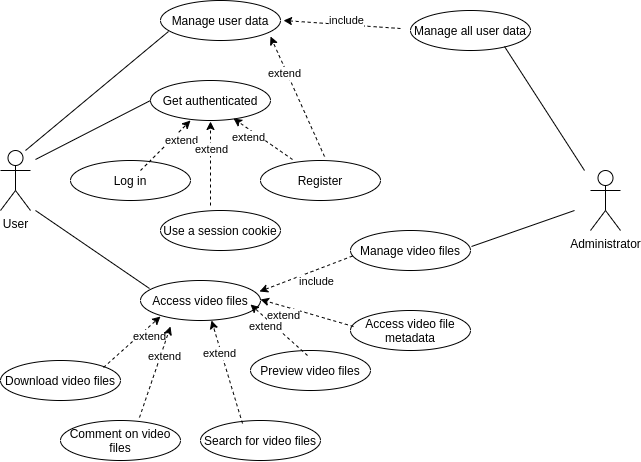
This is diagrams/component/use-cases.drawio.png from T-bond/secure-webapp-2021, a draw.io export, as it was before one commit. Source tidied: cells renumbered, new cells last; positions are measured from the earlier drawing's top-left corner, leaving out a move shared by most shapes. Source of this version:
```xml
<mxGraphModel>
  <root>
    <mxCell id="0" />
    <mxCell id="1" parent="0" />
    <mxCell id="2" value="User" style="shape=umlActor;verticalLabelPosition=bottom;verticalAlign=top;html=1;" parent="1" vertex="1">
      <mxGeometry y="150" width="30" height="60" as="geometry" />
    </mxCell>
    <mxCell id="3" value="Administrator" style="shape=umlActor;verticalLabelPosition=bottom;verticalAlign=top;html=1;" parent="1" vertex="1">
      <mxGeometry x="590" y="170" width="30" height="60" as="geometry" />
    </mxCell>
    <mxCell id="4" value="Register" style="ellipse;whiteSpace=wrap;html=1;" parent="1" vertex="1">
      <mxGeometry x="260" y="160" width="120" height="40" as="geometry" />
    </mxCell>
    <mxCell id="5" value="Log in" style="ellipse;whiteSpace=wrap;html=1;" parent="1" vertex="1">
      <mxGeometry x="70" y="160" width="120" height="40" as="geometry" />
    </mxCell>
    <mxCell id="6" value="Get authenticated" style="ellipse;whiteSpace=wrap;html=1;" parent="1" vertex="1">
      <mxGeometry x="150" y="80" width="120" height="40" as="geometry" />
    </mxCell>
    <mxCell id="7" value="Use a session cookie" style="ellipse;whiteSpace=wrap;html=1;" parent="1" vertex="1">
      <mxGeometry x="160" y="210" width="120" height="40" as="geometry" />
    </mxCell>
    <mxCell id="8" style="endArrow=classic;html=1;rounded=0;strokeColor=default;dashed=1;" parent="1" edge="1">
      <mxGeometry relative="1" as="geometry">
        <mxPoint x="140" y="170" as="sourcePoint" />
        <mxPoint x="190" y="120" as="targetPoint" />
      </mxGeometry>
    </mxCell>
    <mxCell id="9" value="extend" style="edgeLabel;html=1;align=center;verticalAlign=middle;" parent="8" vertex="1">
      <mxGeometry x="0.55" y="1" relative="1" as="geometry">
        <mxPoint x="2" y="9" as="offset" />
      </mxGeometry>
    </mxCell>
    <mxCell id="10" style="endArrow=classic;html=1;rounded=0;strokeColor=default;dashed=1;" parent="1" edge="1">
      <mxGeometry relative="1" as="geometry">
        <mxPoint x="292" y="159" as="sourcePoint" />
        <mxPoint x="233" y="118" as="targetPoint" />
      </mxGeometry>
    </mxCell>
    <mxCell id="11" value="extend" style="edgeLabel;html=1;align=center;verticalAlign=middle;" parent="10" vertex="1">
      <mxGeometry x="0.55" y="1" relative="1" as="geometry">
        <mxPoint x="2" y="9" as="offset" />
      </mxGeometry>
    </mxCell>
    <mxCell id="12" style="endArrow=classic;html=1;rounded=0;strokeColor=default;dashed=1;" parent="1" edge="1">
      <mxGeometry relative="1" as="geometry">
        <mxPoint x="210" y="205" as="sourcePoint" />
        <mxPoint x="210" y="121" as="targetPoint" />
      </mxGeometry>
    </mxCell>
    <mxCell id="13" value="extend" style="edgeLabel;html=1;align=center;verticalAlign=middle;" parent="12" vertex="1">
      <mxGeometry x="0.55" y="1" relative="1" as="geometry">
        <mxPoint x="2" y="9" as="offset" />
      </mxGeometry>
    </mxCell>
    <mxCell id="14" value="Access video files" style="ellipse;whiteSpace=wrap;html=1;" parent="1" vertex="1">
      <mxGeometry x="140" y="280" width="120" height="40" as="geometry" />
    </mxCell>
    <mxCell id="15" value="Comment on video files" style="ellipse;whiteSpace=wrap;html=1;" parent="1" vertex="1">
      <mxGeometry x="60" y="420" width="120" height="40" as="geometry" />
    </mxCell>
    <mxCell id="16" value="Download video files" style="ellipse;whiteSpace=wrap;html=1;" parent="1" vertex="1">
      <mxGeometry y="360" width="120" height="40" as="geometry" />
    </mxCell>
    <mxCell id="17" value="Preview video files" style="ellipse;whiteSpace=wrap;html=1;" parent="1" vertex="1">
      <mxGeometry x="250" y="350" width="120" height="40" as="geometry" />
    </mxCell>
    <mxCell id="18" value="Search for video files" style="ellipse;whiteSpace=wrap;html=1;" parent="1" vertex="1">
      <mxGeometry x="200" y="420" width="120" height="40" as="geometry" />
    </mxCell>
    <mxCell id="19" style="endArrow=classic;html=1;rounded=0;strokeColor=default;dashed=1;" parent="1" edge="1">
      <mxGeometry relative="1" as="geometry">
        <mxPoint x="103" y="367" as="sourcePoint" />
        <mxPoint x="160" y="316" as="targetPoint" />
      </mxGeometry>
    </mxCell>
    <mxCell id="20" value="extend" style="edgeLabel;html=1;align=center;verticalAlign=middle;" parent="19" vertex="1">
      <mxGeometry x="0.55" y="1" relative="1" as="geometry">
        <mxPoint x="2" y="9" as="offset" />
      </mxGeometry>
    </mxCell>
    <mxCell id="21" style="endArrow=classic;html=1;rounded=0;strokeColor=default;dashed=1;" parent="1" edge="1">
      <mxGeometry relative="1" as="geometry">
        <mxPoint x="139" y="417" as="sourcePoint" />
        <mxPoint x="170" y="326" as="targetPoint" />
      </mxGeometry>
    </mxCell>
    <mxCell id="22" value="extend" style="edgeLabel;html=1;align=center;verticalAlign=middle;" parent="21" vertex="1">
      <mxGeometry x="0.55" y="1" relative="1" as="geometry">
        <mxPoint x="2" y="9" as="offset" />
      </mxGeometry>
    </mxCell>
    <mxCell id="23" style="endArrow=classic;html=1;rounded=0;strokeColor=default;dashed=1;" parent="1" edge="1">
      <mxGeometry relative="1" as="geometry">
        <mxPoint x="242" y="423" as="sourcePoint" />
        <mxPoint x="211" y="320" as="targetPoint" />
      </mxGeometry>
    </mxCell>
    <mxCell id="24" value="extend" style="edgeLabel;html=1;align=center;verticalAlign=middle;" parent="23" vertex="1">
      <mxGeometry x="0.55" y="1" relative="1" as="geometry">
        <mxPoint x="2" y="9" as="offset" />
      </mxGeometry>
    </mxCell>
    <mxCell id="25" style="endArrow=classic;html=1;rounded=0;strokeColor=default;dashed=1;" parent="1" edge="1">
      <mxGeometry relative="1" as="geometry">
        <mxPoint x="307" y="355" as="sourcePoint" />
        <mxPoint x="250" y="304" as="targetPoint" />
      </mxGeometry>
    </mxCell>
    <mxCell id="26" value="extend" style="edgeLabel;html=1;align=center;verticalAlign=middle;" parent="25" vertex="1">
      <mxGeometry x="0.55" y="1" relative="1" as="geometry">
        <mxPoint x="2" y="9" as="offset" />
      </mxGeometry>
    </mxCell>
    <mxCell id="27" style="endArrow=none;html=1;rounded=0;strokeColor=default;" parent="1" edge="1">
      <mxGeometry relative="1" as="geometry">
        <mxPoint x="35" y="159" as="sourcePoint" />
        <mxPoint x="150" y="100" as="targetPoint" />
      </mxGeometry>
    </mxCell>
    <mxCell id="28" style="endArrow=none;html=1;rounded=0;strokeColor=default;" parent="1" edge="1">
      <mxGeometry relative="1" as="geometry">
        <mxPoint x="35" y="210" as="sourcePoint" />
        <mxPoint x="149" y="288" as="targetPoint" />
      </mxGeometry>
    </mxCell>
    <mxCell id="29" value="Manage user data" style="ellipse;whiteSpace=wrap;html=1;" parent="1" vertex="1">
      <mxGeometry x="160" width="120" height="40" as="geometry" />
    </mxCell>
    <mxCell id="30" style="endArrow=none;html=1;rounded=0;strokeColor=default;" parent="1" edge="1">
      <mxGeometry relative="1" as="geometry">
        <mxPoint x="25" y="150" as="sourcePoint" />
        <mxPoint x="168" y="31" as="targetPoint" />
      </mxGeometry>
    </mxCell>
    <mxCell id="31" style="endArrow=classic;html=1;rounded=0;strokeColor=default;dashed=1;" parent="1" edge="1">
      <mxGeometry relative="1" as="geometry">
        <mxPoint x="324" y="156" as="sourcePoint" />
        <mxPoint x="270" y="36" as="targetPoint" />
      </mxGeometry>
    </mxCell>
    <mxCell id="32" value="extend" style="edgeLabel;html=1;align=center;verticalAlign=middle;" parent="31" vertex="1">
      <mxGeometry x="0.55" y="1" relative="1" as="geometry">
        <mxPoint x="2" y="9" as="offset" />
      </mxGeometry>
    </mxCell>
    <mxCell id="33" value="Manage all user data" style="ellipse;whiteSpace=wrap;html=1;" parent="1" vertex="1">
      <mxGeometry x="410" y="10" width="120" height="40" as="geometry" />
    </mxCell>
    <mxCell id="34" value="Manage video files" style="ellipse;whiteSpace=wrap;html=1;" parent="1" vertex="1">
      <mxGeometry x="350" y="230" width="120" height="40" as="geometry" />
    </mxCell>
    <mxCell id="35" value="Access video file metadata" style="ellipse;whiteSpace=wrap;html=1;" parent="1" vertex="1">
      <mxGeometry x="350" y="310" width="120" height="40" as="geometry" />
    </mxCell>
    <mxCell id="36" style="endArrow=classic;html=1;rounded=0;strokeColor=default;dashed=1;" parent="1" edge="1">
      <mxGeometry relative="1" as="geometry">
        <mxPoint x="353" y="326" as="sourcePoint" />
        <mxPoint x="260" y="299" as="targetPoint" />
      </mxGeometry>
    </mxCell>
    <mxCell id="37" value="extend" style="edgeLabel;html=1;align=center;verticalAlign=middle;" parent="36" vertex="1">
      <mxGeometry x="0.55" y="1" relative="1" as="geometry">
        <mxPoint x="2" y="9" as="offset" />
      </mxGeometry>
    </mxCell>
    <mxCell id="38" style="endArrow=none;html=1;rounded=0;strokeColor=default;" parent="1" edge="1">
      <mxGeometry relative="1" as="geometry">
        <mxPoint x="471" y="246" as="sourcePoint" />
        <mxPoint x="574" y="210" as="targetPoint" />
      </mxGeometry>
    </mxCell>
    <mxCell id="39" style="endArrow=none;html=1;rounded=0;strokeColor=default;" parent="1" edge="1">
      <mxGeometry relative="1" as="geometry">
        <mxPoint x="504" y="46" as="sourcePoint" />
        <mxPoint x="584" y="170" as="targetPoint" />
      </mxGeometry>
    </mxCell>
    <mxCell id="40" style="endArrow=classic;html=1;rounded=0;strokeColor=default;dashed=1;" parent="1" edge="1">
      <mxGeometry relative="1" as="geometry">
        <mxPoint x="400" y="28" as="sourcePoint" />
        <mxPoint x="283" y="20" as="targetPoint" />
      </mxGeometry>
    </mxCell>
    <mxCell id="41" value="include" style="edgeLabel;html=1;align=center;verticalAlign=middle;" parent="40" vertex="1">
      <mxGeometry x="0.55" y="1" relative="1" as="geometry">
        <mxPoint x="36" y="-3" as="offset" />
      </mxGeometry>
    </mxCell>
    <mxCell id="42" style="endArrow=classic;html=1;rounded=0;strokeColor=default;dashed=1;exitX=0.017;exitY=0.639;exitDx=0;exitDy=0;exitPerimeter=0;" parent="1" edge="1" source="34">
      <mxGeometry relative="1" as="geometry">
        <mxPoint x="259" y="291" as="targetPoint" />
      </mxGeometry>
    </mxCell>
    <mxCell id="43" value="include" style="edgeLabel;html=1;align=center;verticalAlign=middle;" parent="42" vertex="1">
      <mxGeometry x="0.55" y="1" relative="1" as="geometry">
        <mxPoint x="36" y="-3" as="offset" />
      </mxGeometry>
    </mxCell>
  </root>
</mxGraphModel>
```
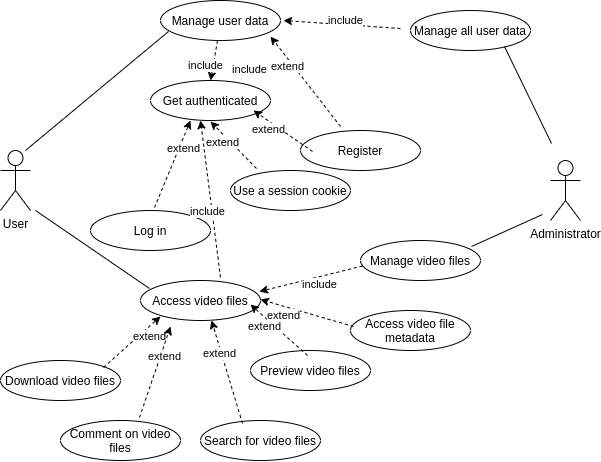
Above is the later version.

Commit message:
move use case diagram to the correct location

What changed in the source:
```diff
@@ -6,23 +6,23 @@
       <mxGeometry y="150" width="30" height="60" as="geometry" />
     </mxCell>
     <mxCell id="3" value="Administrator" style="shape=umlActor;verticalLabelPosition=bottom;verticalAlign=top;html=1;" parent="1" vertex="1">
-      <mxGeometry x="590" y="170" width="30" height="60" as="geometry" />
+      <mxGeometry x="550" y="160" width="30" height="60" as="geometry" />
     </mxCell>
     <mxCell id="4" value="Register" style="ellipse;whiteSpace=wrap;html=1;" parent="1" vertex="1">
-      <mxGeometry x="260" y="160" width="120" height="40" as="geometry" />
+      <mxGeometry x="300" y="130" width="120" height="40" as="geometry" />
     </mxCell>
     <mxCell id="5" value="Log in" style="ellipse;whiteSpace=wrap;html=1;" parent="1" vertex="1">
-      <mxGeometry x="70" y="160" width="120" height="40" as="geometry" />
+      <mxGeometry x="90" y="210" width="120" height="40" as="geometry" />
     </mxCell>
     <mxCell id="6" value="Get authenticated" style="ellipse;whiteSpace=wrap;html=1;" parent="1" vertex="1">
       <mxGeometry x="150" y="80" width="120" height="40" as="geometry" />
     </mxCell>
     <mxCell id="7" value="Use a session cookie" style="ellipse;whiteSpace=wrap;html=1;" parent="1" vertex="1">
-      <mxGeometry x="160" y="210" width="120" height="40" as="geometry" />
+      <mxGeometry x="230" y="170" width="120" height="40" as="geometry" />
     </mxCell>
     <mxCell id="8" style="endArrow=classic;html=1;rounded=0;strokeColor=default;dashed=1;" parent="1" edge="1">
       <mxGeometry relative="1" as="geometry">
-        <mxPoint x="140" y="170" as="sourcePoint" />
+        <mxPoint x="154" y="207" as="sourcePoint" />
         <mxPoint x="190" y="120" as="targetPoint" />
       </mxGeometry>
     </mxCell>
@@ -33,8 +33,8 @@
     </mxCell>
     <mxCell id="10" style="endArrow=classic;html=1;rounded=0;strokeColor=default;dashed=1;" parent="1" edge="1">
       <mxGeometry relative="1" as="geometry">
-        <mxPoint x="292" y="159" as="sourcePoint" />
-        <mxPoint x="233" y="118" as="targetPoint" />
+        <mxPoint x="312" y="151" as="sourcePoint" />
+        <mxPoint x="253" y="110" as="targetPoint" />
       </mxGeometry>
     </mxCell>
     <mxCell id="11" value="extend" style="edgeLabel;html=1;align=center;verticalAlign=middle;" parent="10" vertex="1">
@@ -44,7 +44,7 @@
     </mxCell>
     <mxCell id="12" style="endArrow=classic;html=1;rounded=0;strokeColor=default;dashed=1;" parent="1" edge="1">
       <mxGeometry relative="1" as="geometry">
-        <mxPoint x="210" y="205" as="sourcePoint" />
+        <mxPoint x="256" y="168" as="sourcePoint" />
         <mxPoint x="210" y="121" as="targetPoint" />
       </mxGeometry>
     </mxCell>
@@ -112,12 +112,6 @@
         <mxPoint x="2" y="9" as="offset" />
       </mxGeometry>
     </mxCell>
-    <mxCell id="27" style="endArrow=none;html=1;rounded=0;strokeColor=default;" parent="1" edge="1">
-      <mxGeometry relative="1" as="geometry">
-        <mxPoint x="35" y="159" as="sourcePoint" />
-        <mxPoint x="150" y="100" as="targetPoint" />
-      </mxGeometry>
-    </mxCell>
     <mxCell id="28" style="endArrow=none;html=1;rounded=0;strokeColor=default;" parent="1" edge="1">
       <mxGeometry relative="1" as="geometry">
         <mxPoint x="35" y="210" as="sourcePoint" />
@@ -135,7 +129,7 @@
     </mxCell>
     <mxCell id="31" style="endArrow=classic;html=1;rounded=0;strokeColor=default;dashed=1;" parent="1" edge="1">
       <mxGeometry relative="1" as="geometry">
-        <mxPoint x="324" y="156" as="sourcePoint" />
+        <mxPoint x="340" y="126" as="sourcePoint" />
         <mxPoint x="270" y="36" as="targetPoint" />
       </mxGeometry>
     </mxCell>
@@ -148,7 +142,7 @@
       <mxGeometry x="410" y="10" width="120" height="40" as="geometry" />
     </mxCell>
     <mxCell id="34" value="Manage video files" style="ellipse;whiteSpace=wrap;html=1;" parent="1" vertex="1">
-      <mxGeometry x="350" y="230" width="120" height="40" as="geometry" />
+      <mxGeometry x="360" y="240" width="120" height="40" as="geometry" />
     </mxCell>
     <mxCell id="35" value="Access video file metadata" style="ellipse;whiteSpace=wrap;html=1;" parent="1" vertex="1">
       <mxGeometry x="350" y="310" width="120" height="40" as="geometry" />
@@ -167,13 +161,13 @@
     <mxCell id="38" style="endArrow=none;html=1;rounded=0;strokeColor=default;" parent="1" edge="1">
       <mxGeometry relative="1" as="geometry">
         <mxPoint x="471" y="246" as="sourcePoint" />
-        <mxPoint x="574" y="210" as="targetPoint" />
+        <mxPoint x="542" y="214" as="targetPoint" />
       </mxGeometry>
     </mxCell>
     <mxCell id="39" style="endArrow=none;html=1;rounded=0;strokeColor=default;" parent="1" edge="1">
       <mxGeometry relative="1" as="geometry">
         <mxPoint x="504" y="46" as="sourcePoint" />
-        <mxPoint x="584" y="170" as="targetPoint" />
+        <mxPoint x="551" y="143" as="targetPoint" />
       </mxGeometry>
     </mxCell>
     <mxCell id="40" style="endArrow=classic;html=1;rounded=0;strokeColor=default;dashed=1;" parent="1" edge="1">
@@ -197,5 +191,31 @@
         <mxPoint x="36" y="-3" as="offset" />
       </mxGeometry>
     </mxCell>
+    <mxCell id="44" style="endArrow=classic;html=1;rounded=0;strokeColor=default;dashed=1;entryX=0.5;entryY=0;entryDx=0;entryDy=0;" parent="1" edge="1" target="6">
+      <mxGeometry relative="1" as="geometry">
+        <mxPoint x="217" y="40" as="sourcePoint" />
+      </mxGeometry>
+    </mxCell>
+    <mxCell id="45" value="include" style="edgeLabel;html=1;align=center;verticalAlign=middle;" parent="44" vertex="1">
+      <mxGeometry x="0.55" y="1" relative="1" as="geometry">
+        <mxPoint x="36" y="-3" as="offset" />
+      </mxGeometry>
+    </mxCell>
+    <mxCell id="46" value="include" style="edgeLabel;html=1;align=center;verticalAlign=middle;" parent="1" vertex="1">
+      <mxGeometry x="355.1" y="29.8" as="geometry">
+        <mxPoint x="-150" y="35" as="offset" />
+      </mxGeometry>
+    </mxCell>
+    <mxCell id="47" style="endArrow=classic;html=1;rounded=0;strokeColor=default;dashed=1;" parent="1" edge="1">
+      <mxGeometry relative="1" as="geometry">
+        <mxPoint x="220" y="277" as="sourcePoint" />
+        <mxPoint x="200" y="120" as="targetPoint" />
+      </mxGeometry>
+    </mxCell>
+    <mxCell id="48" value="include" style="edgeLabel;html=1;align=center;verticalAlign=middle;" parent="47" vertex="1">
+      <mxGeometry x="0.55" y="1" relative="1" as="geometry">
+        <mxPoint x="3" y="55" as="offset" />
+      </mxGeometry>
+    </mxCell>
   </root>
 </mxGraphModel>
```
